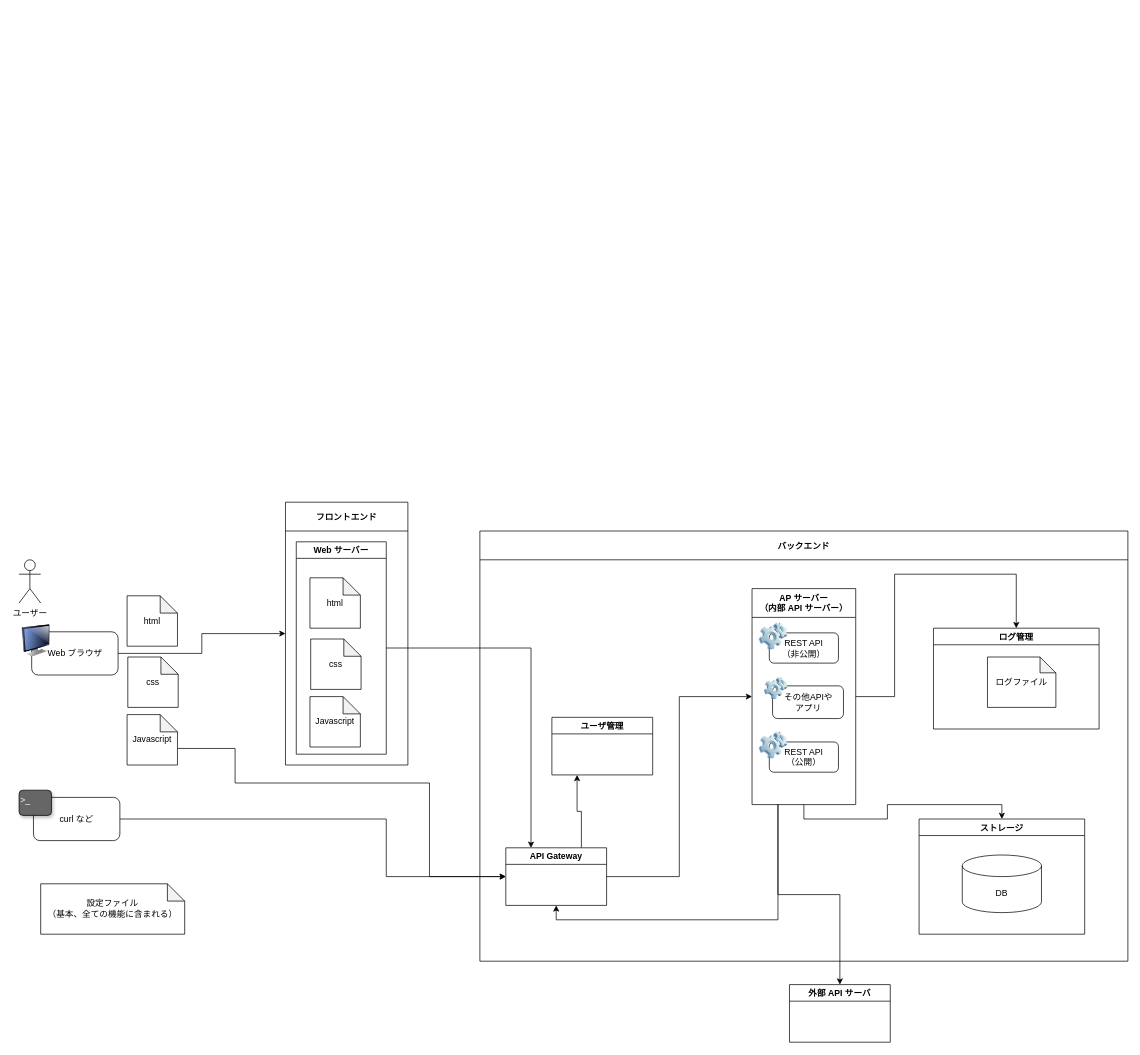
The draw.io diagram images/birds-eye-view.drawio in peregrin8alde/learn-webapp, before the edit. Source tidied: cells renumbered, new cells numbered last; positions are measured from the earlier drawing's top-left corner, leaving out a move shared by most shapes. Both pictures are drawn from the tidied source at 72%, with x=0, y=0 at pixel (19, 502).
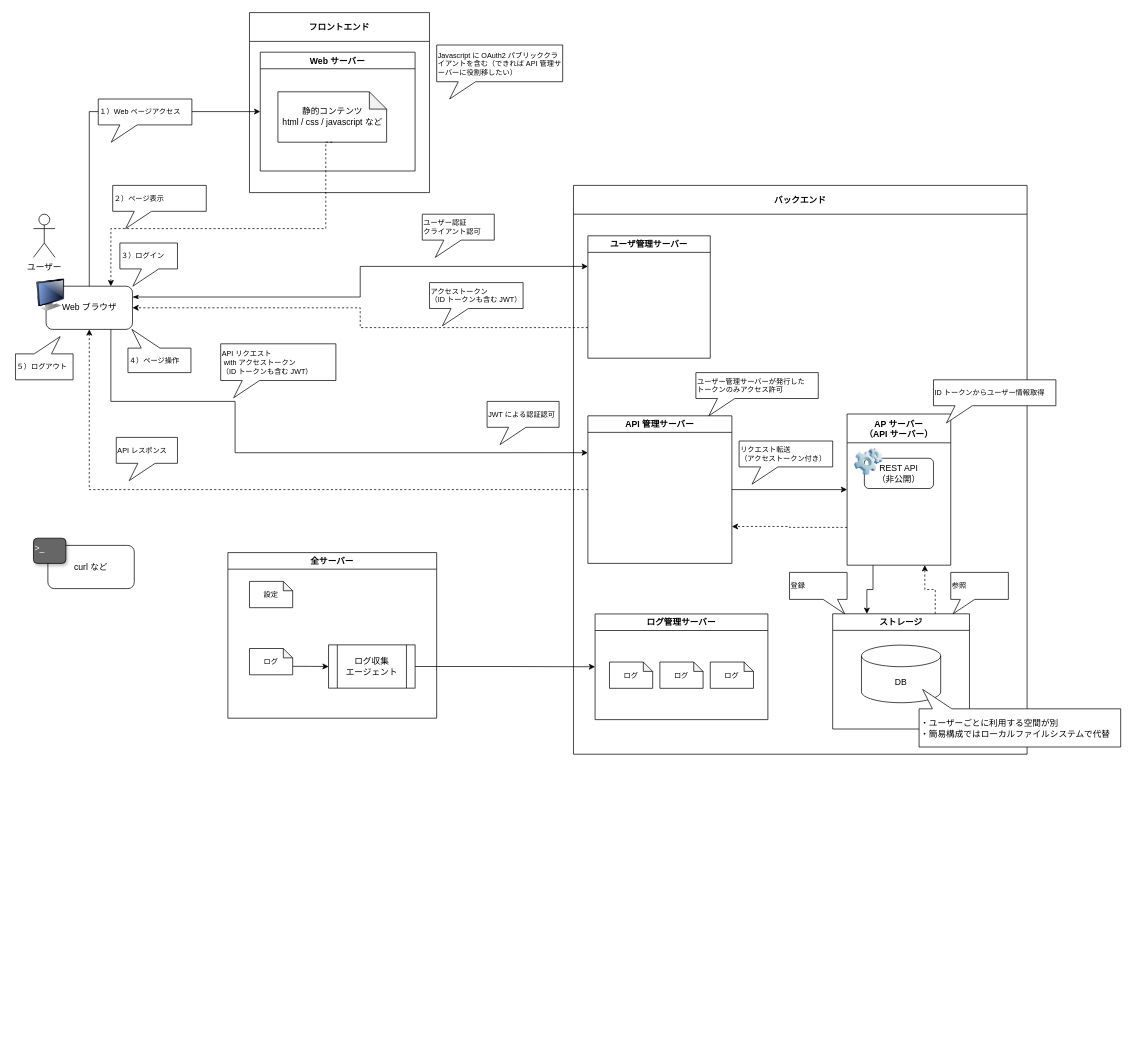
The same page after the edit.

Commit message (it also covers changes not shown here):
fix: システム構成図の更新

Refs: #1

The change refers to these unchanged cells:
```xml
<mxCell id="3" value="Web ブラウザ" style="rounded=1;whiteSpace=wrap;html=1;align=center;" parent="2" vertex="1">
  <mxGeometry x="17.5" y="10" width="120" height="60" as="geometry" />
</mxCell>
<mxCell id="9" value="curl など" style="rounded=1;whiteSpace=wrap;html=1;sketch=0;gradientDirection=south;fillColor=#FFFFFF;" parent="8" vertex="1">
  <mxGeometry x="20" y="10" width="120" height="60" as="geometry" />
</mxCell>
```

The edit, as a diff of the source:
```diff
@@
     <mxCell id="2" style="group;" parent="1" vertex="1">
-      <mxGeometry y="170" width="137.5" height="70" as="geometry" />
+      <mxGeometry x="20" y="-310" width="137.5" height="70" as="geometry" />
     </mxCell>
@@
-    <mxCell id="5" style="edgeStyle=orthogonalEdgeStyle;rounded=0;jettySize=auto;html=1;exitX=1;exitY=0.5;exitDx=0;exitDy=0;entryX=0;entryY=0.5;entryDx=0;entryDy=0;" parent="1" edge="1" source="3" target="13">
-      <mxGeometry relative="1" as="geometry" />
-    </mxCell>
-    <mxCell id="6" value="設定ファイル&lt;br&gt;（基本、全ての機能に含まれる）" style="shape=note;whiteSpace=wrap;html=1;backgroundOutline=1;darkOpacity=0.05;size=24;" parent="1" vertex="1">
-      <mxGeometry x="30" y="530" width="200" height="70" as="geometry" />
-    </mxCell>
     <mxCell id="7" value="ユーザー" style="shape=umlActor;verticalLabelPosition=bottom;verticalAlign=top;html=1;" parent="1" vertex="1">
-      <mxGeometry y="80" width="30" height="60" as="geometry" />
+      <mxGeometry x="20" y="-400" width="30" height="60" as="geometry" />
     </mxCell>
     <mxCell id="8" style="group;" parent="1" vertex="1">
-      <mxGeometry y="400" width="140" height="70" as="geometry" />
+      <mxGeometry x="20" y="50" width="140" height="70" as="geometry" />
     </mxCell>
@@
-    <mxCell id="11" style="edgeStyle=orthogonalEdgeStyle;rounded=0;jettySize=auto;html=1;exitX=1;exitY=0.5;exitDx=0;exitDy=0;entryX=0;entryY=0.5;entryDx=0;entryDy=0;" parent="1" edge="1" source="9" target="39">
-      <mxGeometry relative="1" as="geometry">
-        <Array as="points">
-          <mxPoint x="510" y="440" />
-          <mxPoint x="510" y="520" />
-        </Array>
-      </mxGeometry>
-    </mxCell>
-    <mxCell id="12" style="edgeStyle=orthogonalEdgeStyle;rounded=0;jettySize=auto;html=1;exitX=0;exitY=0;exitDx=70;exitDy=47;entryX=0;entryY=0.5;entryDx=0;entryDy=0;exitPerimeter=0;" parent="1" edge="1" source="42" target="39">
-      <mxGeometry relative="1" as="geometry">
-        <Array as="points">
-          <mxPoint x="300" y="342" />
-          <mxPoint x="300" y="390" />
-          <mxPoint x="570" y="390" />
-          <mxPoint x="570" y="520" />
-        </Array>
-      </mxGeometry>
-    </mxCell>
     <mxCell id="13" value="フロントエンド" style="swimlane;align=center;startSize=40;" parent="1" vertex="1">
-      <mxGeometry x="370" width="170" height="365" as="geometry" />
+      <mxGeometry x="320" y="-680" width="250" height="250" as="geometry" />
     </mxCell>
     <mxCell id="14" value="Web サーバー" style="swimlane;align=center;" parent="13" vertex="1">
-      <mxGeometry x="15" y="55" width="125" height="295" as="geometry" />
+      <mxGeometry x="15" y="55" width="215" height="165" as="geometry" />
     </mxCell>
-    <mxCell id="15" value="html" style="shape=note;whiteSpace=wrap;html=1;backgroundOutline=1;darkOpacity=0.05;size=24;" parent="14" vertex="1">
-      <mxGeometry x="19" y="50" width="70" height="70" as="geometry" />
+    <mxCell id="15" value="静的コンテンツ&lt;br&gt;html / css / javascript など" style="shape=note;whiteSpace=wrap;html=1;backgroundOutline=1;darkOpacity=0.05;size=24;" parent="14" vertex="1">
+      <mxGeometry x="24.5" y="55" width="151" height="70" as="geometry" />
     </mxCell>
-    <mxCell id="16" value="css" style="shape=note;whiteSpace=wrap;html=1;backgroundOutline=1;darkOpacity=0.05;size=24;" parent="14" vertex="1">
-      <mxGeometry x="20" y="135" width="70" height="70" as="geometry" />
-    </mxCell>
-    <mxCell id="17" value="Javascript" style="shape=note;whiteSpace=wrap;html=1;backgroundOutline=1;darkOpacity=0.05;size=24;" parent="14" vertex="1">
-      <mxGeometry x="19" y="215" width="70" height="70" as="geometry" />
-    </mxCell>
     <mxCell id="18" value="バックエンド" style="swimlane;align=center;startSize=40;" parent="1" vertex="1">
-      <mxGeometry x="640" y="40" width="900" height="597.5" as="geometry" />
+      <mxGeometry x="770" y="-440" width="630" height="790" as="geometry" />
     </mxCell>
-    <mxCell id="19" style="edgeStyle=orthogonalEdgeStyle;rounded=0;jettySize=auto;html=1;exitX=0.25;exitY=1;exitDx=0;exitDy=0;entryX=0.5;entryY=1;entryDx=0;entryDy=0;" parent="18" edge="1" source="20" target="39">
+    <mxCell id="19" style="edgeStyle=orthogonalEdgeStyle;rounded=0;jettySize=auto;html=1;exitX=0;exitY=0.75;exitDx=0;exitDy=0;entryX=1;entryY=0.75;entryDx=0;entryDy=0;fontSize=14;startArrow=none;startFill=0;strokeWidth=1;dashed=1;" parent="18" edge="1" source="20" target="39">
       <mxGeometry relative="1" as="geometry" />
     </mxCell>
+    <mxCell id="32" style="edgeStyle=orthogonalEdgeStyle;rounded=0;jettySize=auto;html=1;exitX=0.25;exitY=1;exitDx=0;exitDy=0;entryX=0.25;entryY=0;entryDx=0;entryDy=0;fontSize=14;startArrow=none;startFill=0;strokeWidth=1;" parent="18" edge="1" source="20" target="30">
+      <mxGeometry relative="1" as="geometry" />
+    </mxCell>
-    <mxCell id="20" value="AP サーバー&#10;（内部 API サーバー）" style="swimlane;align=center;startSize=40;" parent="18" vertex="1">
-      <mxGeometry x="378" y="80" width="144" height="300" as="geometry" />
+    <mxCell id="20" value="AP サーバー&#10;（API サーバー）" style="swimlane;align=center;startSize=40;" parent="18" vertex="1">
+      <mxGeometry x="380" y="317.5" width="144" height="210" as="geometry" />
     </mxCell>
-    <mxCell id="21" style="group;" parent="20" vertex="1">
-      <mxGeometry x="10" y="195" width="134" height="78" as="geometry" />
-    </mxCell>
-    <mxCell id="22" value="REST API&lt;br&gt;（公開）" style="rounded=1;whiteSpace=wrap;html=1;align=center;" parent="21" vertex="1">
-      <mxGeometry x="14" y="18" width="96" height="42" as="geometry" />
-    </mxCell>
-    <mxCell id="23" style="image;html=1;image=img/lib/clip_art/computers/Software_128x128.png;sketch=0;fillColor=#FFFFFF;gradientDirection=south;" parent="21" vertex="1">
-      <mxGeometry width="40" height="45" as="geometry" />
-    </mxCell>
@@
-    <mxCell id="27" style="group;" parent="20" vertex="1">
-      <mxGeometry x="17" y="121.5" width="110" height="59" as="geometry" />
-    </mxCell>
-    <mxCell id="28" value="その他APIや&lt;br&gt;アプリ" style="rounded=1;whiteSpace=wrap;html=1;align=center;" parent="27" vertex="1">
-      <mxGeometry x="11.5" y="13.6" width="98.5" height="45.4" as="geometry" />
-    </mxCell>
-    <mxCell id="29" style="image;html=1;image=img/lib/clip_art/computers/Software_128x128.png;sketch=0;fillColor=#FFFFFF;gradientDirection=south;" parent="27" vertex="1">
-      <mxGeometry width="32.8" height="34" as="geometry" />
-    </mxCell>
+    <mxCell id="33" value="ログ管理サーバー" style="swimlane;align=center;" parent="18" vertex="1">
+      <mxGeometry x="30" y="595.2" width="240" height="146.8" as="geometry" />
+    </mxCell>
+    <mxCell id="46" value="ログ" style="shape=note;whiteSpace=wrap;html=1;backgroundOutline=1;darkOpacity=0.05;size=13;align=center;fontSize=10;" parent="33" vertex="1">
+      <mxGeometry x="20" y="66.8" width="60" height="36.5" as="geometry" />
+    </mxCell>
+    <mxCell id="47" value="ログ" style="shape=note;whiteSpace=wrap;html=1;backgroundOutline=1;darkOpacity=0.05;size=13;align=center;fontSize=10;" parent="33" vertex="1">
+      <mxGeometry x="90" y="66.8" width="60" height="36.5" as="geometry" />
+    </mxCell>
+    <mxCell id="48" value="ログ" style="shape=note;whiteSpace=wrap;html=1;backgroundOutline=1;darkOpacity=0.05;size=13;align=center;fontSize=10;" parent="33" vertex="1">
+      <mxGeometry x="160" y="66.8" width="60" height="36.5" as="geometry" />
+    </mxCell>
+    <mxCell id="36" value="ユーザ管理サーバー" style="swimlane;align=center;" parent="18" vertex="1">
+      <mxGeometry x="20" y="70" width="170" height="170" as="geometry" />
+    </mxCell>
+    <mxCell id="38" style="edgeStyle=orthogonalEdgeStyle;rounded=0;jettySize=auto;html=1;exitX=1;exitY=0.5;exitDx=0;exitDy=0;entryX=0;entryY=0.5;entryDx=0;entryDy=0;fontSize=10;" parent="18" edge="1" source="39" target="20">
+      <mxGeometry relative="1" as="geometry" />
+    </mxCell>
+    <mxCell id="39" value="API 管理サーバー" style="swimlane;align=center;" parent="18" vertex="1">
+      <mxGeometry x="20" y="320" width="200" height="205" as="geometry" />
+    </mxCell>
+    <mxCell id="49" style="edgeStyle=orthogonalEdgeStyle;rounded=0;jettySize=auto;html=1;exitX=0.75;exitY=0;exitDx=0;exitDy=0;entryX=0.75;entryY=1;entryDx=0;entryDy=0;dashed=1;fontSize=14;startArrow=none;startFill=0;strokeWidth=1;" parent="18" edge="1" source="30" target="20">
+      <mxGeometry relative="1" as="geometry" />
+    </mxCell>
     <mxCell id="30" value="ストレージ" style="swimlane;align=center;" parent="18" vertex="1">
-      <mxGeometry x="610" y="400" width="230" height="160" as="geometry" />
+      <mxGeometry x="360" y="595" width="190" height="160" as="geometry" />
     </mxCell>
     <mxCell id="31" value="DB" style="shape=cylinder3;whiteSpace=wrap;html=1;boundedLbl=1;backgroundOutline=1;size=15;" parent="30" vertex="1">
-      <mxGeometry x="60" y="50" width="110" height="80" as="geometry" />
+      <mxGeometry x="40" y="43.5" width="110" height="80" as="geometry" />
     </mxCell>
-    <mxCell id="32" style="edgeStyle=orthogonalEdgeStyle;rounded=0;jettySize=auto;html=1;exitX=0.5;exitY=1;exitDx=0;exitDy=0;entryX=0.5;entryY=0;entryDx=0;entryDy=0;" parent="18" edge="1" source="20" target="30">
-      <mxGeometry relative="1" as="geometry" />
-    </mxCell>
-    <mxCell id="33" value="ログ管理" style="swimlane;align=center;" parent="18" vertex="1">
-      <mxGeometry x="630" y="135" width="230" height="140" as="geometry" />
-    </mxCell>
-    <mxCell id="34" value="ログファイル" style="shape=note;whiteSpace=wrap;html=1;backgroundOutline=1;darkOpacity=0.05;size=22;" parent="33" vertex="1">
-      <mxGeometry x="75" y="40" width="95" height="70" as="geometry" />
-    </mxCell>
-    <mxCell id="35" style="edgeStyle=orthogonalEdgeStyle;rounded=0;jettySize=auto;html=1;exitX=1;exitY=0.5;exitDx=0;exitDy=0;entryX=0.5;entryY=0;entryDx=0;entryDy=0;" parent="18" edge="1" source="20" target="33">
-      <mxGeometry relative="1" as="geometry" />
-    </mxCell>
-    <mxCell id="36" value="ユーザ管理" style="swimlane;align=center;" parent="18" vertex="1">
-      <mxGeometry x="100" y="258.8" width="140" height="80" as="geometry" />
-    </mxCell>
-    <mxCell id="37" style="edgeStyle=orthogonalEdgeStyle;rounded=0;jettySize=auto;html=1;exitX=0.75;exitY=0;exitDx=0;exitDy=0;entryX=0.25;entryY=1;entryDx=0;entryDy=0;" parent="18" edge="1" source="39" target="36">
-      <mxGeometry relative="1" as="geometry" />
-    </mxCell>
-    <mxCell id="38" style="edgeStyle=orthogonalEdgeStyle;rounded=0;jettySize=auto;html=1;exitX=1;exitY=0.5;exitDx=0;exitDy=0;entryX=0;entryY=0.5;entryDx=0;entryDy=0;" parent="18" edge="1" source="39" target="20">
-      <mxGeometry relative="1" as="geometry" />
-    </mxCell>
-    <mxCell id="39" value="API Gateway" style="swimlane;align=center;" parent="18" vertex="1">
-      <mxGeometry x="36" y="440" width="140" height="80" as="geometry" />
-    </mxCell>
-    <mxCell id="40" value="html" style="shape=note;whiteSpace=wrap;html=1;backgroundOutline=1;darkOpacity=0.05;size=24;" parent="1" vertex="1">
-      <mxGeometry x="150" y="130" width="70" height="70" as="geometry" />
-    </mxCell>
-    <mxCell id="41" value="css" style="shape=note;whiteSpace=wrap;html=1;backgroundOutline=1;darkOpacity=0.05;size=24;" parent="1" vertex="1">
-      <mxGeometry x="151" y="215" width="70" height="70" as="geometry" />
-    </mxCell>
-    <mxCell id="42" value="Javascript" style="shape=note;whiteSpace=wrap;html=1;backgroundOutline=1;darkOpacity=0.05;size=24;" parent="1" vertex="1">
-      <mxGeometry x="150" y="295" width="70" height="70" as="geometry" />
-    </mxCell>
-    <mxCell id="43" style="edgeStyle=orthogonalEdgeStyle;rounded=0;jettySize=auto;html=1;exitX=1;exitY=0.5;exitDx=0;exitDy=0;entryX=0.25;entryY=0;entryDx=0;entryDy=0;" parent="1" edge="1" source="14" target="39">
-      <mxGeometry relative="1" as="geometry" />
-    </mxCell>
-    <mxCell id="44" value="外部 API サーバ" style="swimlane;align=center;" parent="1" vertex="1">
-      <mxGeometry x="1070" y="670" width="140" height="80" as="geometry" />
-    </mxCell>
-    <mxCell id="45" style="edgeStyle=orthogonalEdgeStyle;rounded=0;jettySize=auto;html=1;exitX=0.25;exitY=1;exitDx=0;exitDy=0;" parent="1" edge="1" source="20" target="44">
-      <mxGeometry relative="1" as="geometry" />
-    </mxCell>
+    <mxCell id="50" value="リクエスト転送&lt;br&gt;（アクセストークン付き）" style="whiteSpace=wrap;html=1;shape=mxgraph.basic.rectCallout;dx=42;dy=24;boundedLbl=1;fontSize=10;align=left;" parent="18" vertex="1">
+      <mxGeometry x="230" y="355" width="130" height="60" as="geometry" />
+    </mxCell>
+    <mxCell id="51" value="ID トークンからユーザー情報取得" style="whiteSpace=wrap;html=1;shape=mxgraph.basic.rectCallout;dx=42;dy=24;boundedLbl=1;fontSize=10;align=left;" parent="18" vertex="1">
+      <mxGeometry x="500" y="270" width="170" height="60" as="geometry" />
+    </mxCell>
+    <mxCell id="52" value="登録" style="whiteSpace=wrap;html=1;shape=mxgraph.basic.rectCallout;dx=23.29;dy=20;boundedLbl=1;fontSize=10;align=left;flipH=1;" parent="18" vertex="1">
+      <mxGeometry x="300" y="537.5" width="80" height="57.5" as="geometry" />
+    </mxCell>
+    <mxCell id="53" value="参照" style="whiteSpace=wrap;html=1;shape=mxgraph.basic.rectCallout;dx=23.29;dy=20;boundedLbl=1;fontSize=10;align=left;flipH=0;" parent="18" vertex="1">
+      <mxGeometry x="524" y="537.5" width="80" height="57.5" as="geometry" />
+    </mxCell>
+    <mxCell id="54" value="ユーザー管理サーバーが発行した&lt;br&gt;トークンのみアクセス許可" style="whiteSpace=wrap;html=1;shape=mxgraph.basic.rectCallout;dx=42;dy=24;boundedLbl=1;fontSize=10;align=left;" parent="18" vertex="1">
+      <mxGeometry x="170" y="260" width="170" height="60" as="geometry" />
+    </mxCell>
+    <mxCell id="55" style="edgeStyle=orthogonalEdgeStyle;rounded=0;jettySize=auto;html=1;exitX=0.75;exitY=1;exitDx=0;exitDy=0;entryX=0;entryY=0.25;entryDx=0;entryDy=0;fontSize=10;" parent="1" edge="1" source="3" target="39">
+      <mxGeometry relative="1" as="geometry">
+        <Array as="points">
+          <mxPoint x="128" y="-140" />
+          <mxPoint x="300" y="-140" />
+          <mxPoint x="300" y="-69" />
+        </Array>
+      </mxGeometry>
+    </mxCell>
+    <mxCell id="56" value="全サーバー" style="swimlane;align=center;" parent="1" vertex="1">
+      <mxGeometry x="290" y="70" width="290" height="230" as="geometry" />
+    </mxCell>
+    <mxCell id="57" style="edgeStyle=orthogonalEdgeStyle;rounded=0;jettySize=auto;html=1;exitX=0;exitY=0;exitDx=60;exitDy=24.75;exitPerimeter=0;entryX=0;entryY=0.5;entryDx=0;entryDy=0;fontSize=10;" parent="56" edge="1" source="58" target="60">
+      <mxGeometry relative="1" as="geometry" />
+    </mxCell>
+    <mxCell id="58" value="ログ" style="shape=note;whiteSpace=wrap;html=1;backgroundOutline=1;darkOpacity=0.05;size=13;align=center;fontSize=10;" parent="56" vertex="1">
+      <mxGeometry x="30" y="133.2" width="60" height="36.5" as="geometry" />
+    </mxCell>
+    <mxCell id="59" value="設定" style="shape=note;whiteSpace=wrap;html=1;backgroundOutline=1;darkOpacity=0.05;size=13;align=center;fontSize=10;" parent="56" vertex="1">
+      <mxGeometry x="30" y="40" width="60" height="36.5" as="geometry" />
+    </mxCell>
+    <mxCell id="60" value="ログ収集&lt;br&gt;エージェント" style="shape=process;whiteSpace=wrap;html=1;backgroundOutline=1;" parent="56" vertex="1">
+      <mxGeometry x="140" y="128.2" width="120" height="60" as="geometry" />
+    </mxCell>
+    <mxCell id="61" style="edgeStyle=orthogonalEdgeStyle;rounded=0;jettySize=auto;html=1;exitX=1;exitY=0.5;exitDx=0;exitDy=0;fontSize=10;entryX=0;entryY=0.5;entryDx=0;entryDy=0;" parent="1" edge="1" source="60" target="33">
+      <mxGeometry relative="1" as="geometry" />
+    </mxCell>
+    <mxCell id="62" style="edgeStyle=orthogonalEdgeStyle;rounded=0;jettySize=auto;html=1;exitX=0.5;exitY=0;exitDx=0;exitDy=0;entryX=0;entryY=0.5;entryDx=0;entryDy=0;fontSize=10;" parent="1" edge="1" source="3" target="14">
+      <mxGeometry relative="1" as="geometry" />
+    </mxCell>
+    <mxCell id="63" style="edgeStyle=orthogonalEdgeStyle;rounded=0;jettySize=auto;html=1;exitX=0.5;exitY=1;exitDx=0;exitDy=0;exitPerimeter=0;entryX=0.75;entryY=0;entryDx=0;entryDy=0;fontSize=10;dashed=1;" parent="1" edge="1" source="15" target="3">
+      <mxGeometry relative="1" as="geometry">
+        <Array as="points">
+          <mxPoint x="426" y="-380" />
+          <mxPoint x="128" y="-380" />
+        </Array>
+      </mxGeometry>
+    </mxCell>
+    <mxCell id="64" value="ユーザー認証&lt;br&gt;クライアント認可" style="whiteSpace=wrap;html=1;shape=mxgraph.basic.rectCallout;dx=42;dy=24;boundedLbl=1;fontSize=10;align=left;" parent="1" vertex="1">
+      <mxGeometry x="560" y="-400" width="100" height="60" as="geometry" />
+    </mxCell>
+    <mxCell id="65" value="１）Web ページアクセス" style="whiteSpace=wrap;html=1;shape=mxgraph.basic.rectCallout;dx=42;dy=24;boundedLbl=1;fontSize=10;align=left;" parent="1" vertex="1">
+      <mxGeometry x="110" y="-560" width="130" height="60" as="geometry" />
+    </mxCell>
+    <mxCell id="66" value="API リクエスト&lt;br&gt;&amp;nbsp;with アクセストークン&lt;br&gt;（ID トークンも含む JWT）" style="whiteSpace=wrap;html=1;shape=mxgraph.basic.rectCallout;dx=42;dy=24;boundedLbl=1;fontSize=10;align=left;" parent="1" vertex="1">
+      <mxGeometry x="280" y="-220" width="160" height="75" as="geometry" />
+    </mxCell>
+    <mxCell id="67" value="２）ページ表示" style="whiteSpace=wrap;html=1;shape=mxgraph.basic.rectCallout;dx=42;dy=24;boundedLbl=1;fontSize=10;align=left;" parent="1" vertex="1">
+      <mxGeometry x="130" y="-440" width="130" height="60" as="geometry" />
+    </mxCell>
+    <mxCell id="68" value="３）ログイン" style="whiteSpace=wrap;html=1;shape=mxgraph.basic.rectCallout;dx=42;dy=24;boundedLbl=1;fontSize=10;align=left;" parent="1" vertex="1">
+      <mxGeometry x="140" y="-360" width="80" height="60" as="geometry" />
+    </mxCell>
+    <mxCell id="69" value="Javascript に OAuth2 パブリッククライアントを含む（できれば API 管理サーバーに役割移したい）" style="whiteSpace=wrap;html=1;shape=mxgraph.basic.rectCallout;dx=42;dy=24;boundedLbl=1;fontSize=10;align=left;" parent="1" vertex="1">
+      <mxGeometry x="580" y="-635" width="175" height="75" as="geometry" />
+    </mxCell>
+    <mxCell id="70" style="edgeStyle=orthogonalEdgeStyle;rounded=0;jettySize=auto;html=1;exitX=1;exitY=0.25;exitDx=0;exitDy=0;entryX=0;entryY=0.25;entryDx=0;entryDy=0;fontSize=14;startArrow=classicThin;startFill=1;strokeWidth=1;" parent="1" edge="1" source="3" target="36">
+      <mxGeometry relative="1" as="geometry" />
+    </mxCell>
+    <mxCell id="71" style="edgeStyle=orthogonalEdgeStyle;rounded=0;jettySize=auto;html=1;exitX=0;exitY=0.75;exitDx=0;exitDy=0;fontSize=14;startArrow=none;startFill=0;strokeWidth=1;dashed=1;" parent="1" edge="1" source="36" target="3">
+      <mxGeometry relative="1" as="geometry" />
+    </mxCell>
+    <mxCell id="72" value="アクセストークン&lt;br&gt;（ID トークンも含む JWT）" style="whiteSpace=wrap;html=1;shape=mxgraph.basic.rectCallout;dx=42;dy=24;boundedLbl=1;fontSize=10;align=left;" parent="1" vertex="1">
+      <mxGeometry x="570" y="-305" width="130" height="60" as="geometry" />
+    </mxCell>
+    <mxCell id="73" value="４）ページ操作" style="whiteSpace=wrap;html=1;shape=mxgraph.basic.rectCallout;dx=31.5;dy=26;boundedLbl=1;fontSize=10;align=left;flipV=1;" parent="1" vertex="1">
+      <mxGeometry x="151.2" y="-240" width="87.5" height="60" as="geometry" />
+    </mxCell>
+    <mxCell id="74" style="edgeStyle=orthogonalEdgeStyle;rounded=0;jettySize=auto;html=1;exitX=0;exitY=0.5;exitDx=0;exitDy=0;entryX=0.5;entryY=1;entryDx=0;entryDy=0;dashed=1;fontSize=14;startArrow=none;startFill=0;strokeWidth=1;" parent="1" edge="1" source="39" target="3">
+      <mxGeometry relative="1" as="geometry" />
+    </mxCell>
+    <mxCell id="75" value="API レスポンス" style="whiteSpace=wrap;html=1;shape=mxgraph.basic.rectCallout;dx=42;dy=24;boundedLbl=1;fontSize=10;align=left;" parent="1" vertex="1">
+      <mxGeometry x="135" y="-90" width="85" height="60" as="geometry" />
+    </mxCell>
+    <mxCell id="76" value="JWT による認証認可" style="whiteSpace=wrap;html=1;shape=mxgraph.basic.rectCallout;dx=42;dy=24;boundedLbl=1;fontSize=10;align=left;" parent="1" vertex="1">
+      <mxGeometry x="650" y="-140" width="100" height="60" as="geometry" />
+    </mxCell>
+    <mxCell id="77" value="・ユーザーごとに利用する空間が別&lt;br&gt;・簡易構成ではローカルファイルシステムで代替" style="whiteSpace=wrap;html=1;shape=mxgraph.basic.rectCallout;dx=32;dy=27;boundedLbl=1;align=left;flipV=1;" parent="1" vertex="1">
+      <mxGeometry x="1250" y="260" width="280" height="80" as="geometry" />
+    </mxCell>
+    <mxCell id="78" value="５）ログアウト" style="whiteSpace=wrap;html=1;shape=mxgraph.basic.rectCallout;dx=42;dy=24;boundedLbl=1;fontSize=10;align=left;flipV=1;flipH=1;" parent="1" vertex="1">
+      <mxGeometry x="-5" y="-230" width="80" height="60" as="geometry" />
+    </mxCell>
```
